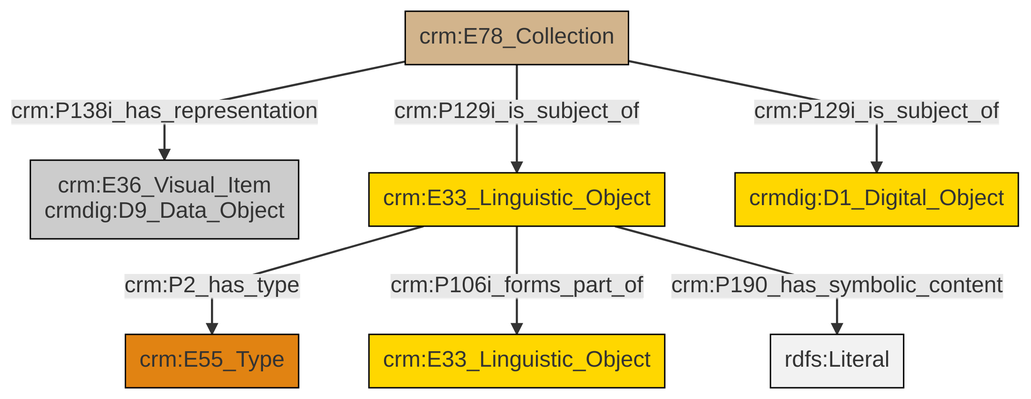
swiss-art-research-net/docs.swissartresearch keeps this Mermaid diagram as et/archivalCSV/ttl/mmd/png/archival_docs.png. Above is the earlier version. Its source is kept beside it as et/archivalCSV/ttl/mmd/archival_docs.ttl.mmd.
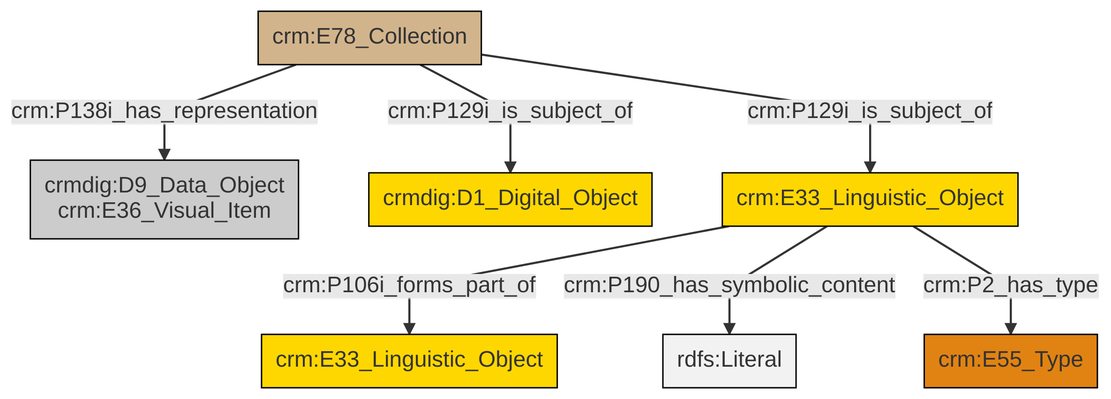
After the commit.

Diff of the diagram source:
```diff
@@ -13,9 +13,9 @@
 classDef PC_Classes fill:#4ce600, stroke:#000000;
 classDef Multi fill:#cccccc,stroke:#000000;
 
-2["crm:E78_Collection"]:::Physical_Thing -->|crm:P129i_is_subject_of| 3["crm:E33_Linguistic_Object"]:::Conceptual_Object
-3["crm:E33_Linguistic_Object"]:::Conceptual_Object -->|crm:P2_has_type| 4["crm:E55_Type"]:::Type
-3["crm:E33_Linguistic_Object"]:::Conceptual_Object -->|crm:P106i_forms_part_of| 5["crm:E33_Linguistic_Object"]:::Conceptual_Object
-3["crm:E33_Linguistic_Object"]:::Conceptual_Object -->|crm:P190_has_symbolic_content| 11[rdfs:Literal]:::Literal
-2["crm:E78_Collection"]:::Physical_Thing -->|crm:P138i_has_representation| 0["crm:E36_Visual_Item<br>crmdig:D9_Data_Object"]:::Multi
-2["crm:E78_Collection"]:::Physical_Thing -->|crm:P129i_is_subject_of| 7["crmdig:D1_Digital_Object"]:::Conceptual_Object
+2["crm:E78_Collection"]:::Physical_Thing -->|crm:P129i_is_subject_of| 6["crmdig:D1_Digital_Object"]:::Conceptual_Object
+2["crm:E78_Collection"]:::Physical_Thing -->|crm:P129i_is_subject_of| 10["crm:E33_Linguistic_Object"]:::Conceptual_Object
+10["crm:E33_Linguistic_Object"]:::Conceptual_Object -->|crm:P106i_forms_part_of| 7["crm:E33_Linguistic_Object"]:::Conceptual_Object
+10["crm:E33_Linguistic_Object"]:::Conceptual_Object -->|crm:P190_has_symbolic_content| 14[rdfs:Literal]:::Literal
+2["crm:E78_Collection"]:::Physical_Thing -->|crm:P138i_has_representation| 4["crmdig:D9_Data_Object<br>crm:E36_Visual_Item"]:::Multi
+10["crm:E33_Linguistic_Object"]:::Conceptual_Object -->|crm:P2_has_type| 0["crm:E55_Type"]:::Type
```
